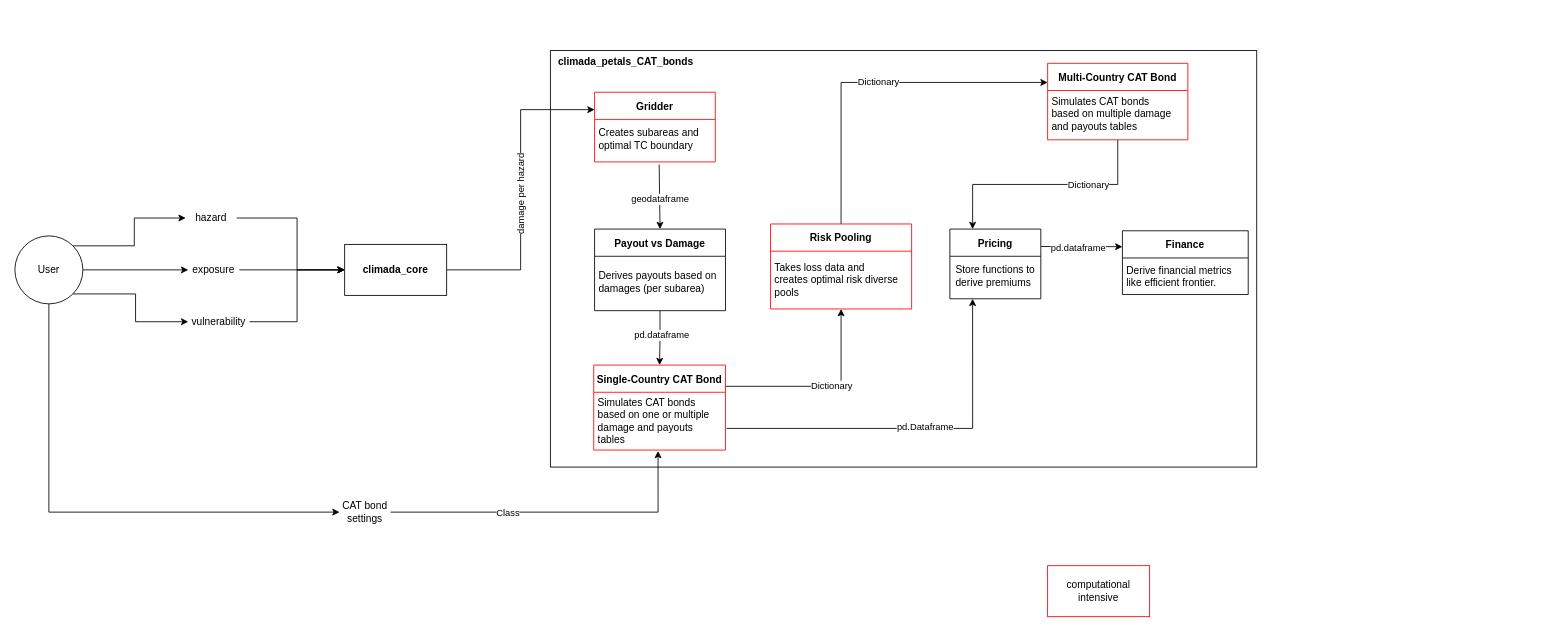
This is data_flow_climada_petals.drawio from KaiOBerg/master_thesis_cat_bonds, a draw.io file, before an edit. Source tidied: cells renumbered, new cells numbered last; positions are measured from the earlier drawing's top-left corner, leaving out a move shared by most shapes. Both pictures are drawn from the tidied source at 85%, with x=0, y=0 at pixel (14, 50).
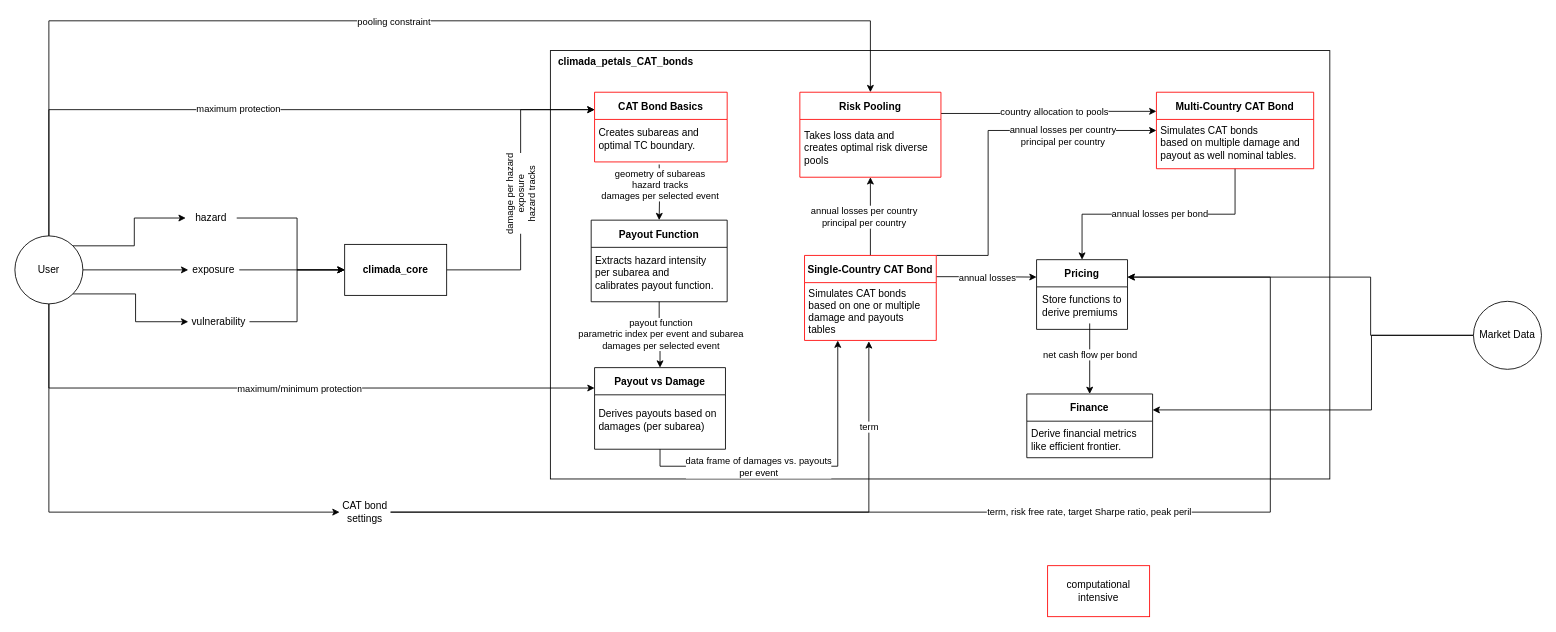
Above is the later version.

Unchanged cells that the change refers to:
```xml
<mxCell id="7" value="User" style="ellipse;whiteSpace=wrap;html=1;" parent="1" vertex="1">
  <mxGeometry y="218" width="80" height="80" as="geometry" />
</mxCell>
<mxCell id="20" value="Simulates CAT bonds&amp;nbsp;&lt;div&gt;based on one or multiple&amp;nbsp;&lt;/div&gt;&lt;div&gt;damage and payouts&amp;nbsp;&lt;/div&gt;&lt;div&gt;tables&lt;/div&gt;" style="text;html=1;align=left;verticalAlign=middle;points=[];strokeColor=none;fillColor=none;" parent="19" vertex="1">
  <mxGeometry x="3" y="32" width="153" height="68" as="geometry" />
</mxCell>
<mxCell id="21" style="edgeStyle=orthogonalEdgeStyle;rounded=0;jettySize=auto;html=1;entryX=0;entryY=0.25;entryDx=0;entryDy=0;" parent="1" edge="1" source="23" target="32">
  <mxGeometry relative="1" as="geometry" />
</mxCell>
<mxCell id="27" value="Store functions to&amp;nbsp;&lt;div&gt;derive premiums&lt;/div&gt;" style="text;html=1;align=left;verticalAlign=middle;points=[];strokeColor=none;fillColor=none;" parent="26" vertex="1">
  <mxGeometry x="5" y="35" width="115" height="40" as="geometry" />
</mxCell>
<mxCell id="40" value="CAT bond settings" style="text;html=1;align=center;verticalAlign=middle;whiteSpace=wrap;rounded=0;" parent="1" vertex="1">
  <mxGeometry x="382" y="528" width="60" height="30" as="geometry" />
</mxCell>
<mxCell id="41" style="edgeStyle=orthogonalEdgeStyle;rounded=0;jettySize=auto;html=1;exitX=1;exitY=0.5;exitDx=0;exitDy=0;entryX=0.475;entryY=1.015;entryDx=0;entryDy=0;entryPerimeter=0;" parent="1" edge="1" source="40" target="20">
  <mxGeometry relative="1" as="geometry" />
</mxCell>
```

The edit, as a diff of the source:
```diff
@@
     <mxCell id="2" style="rounded=0;whiteSpace=wrap;html=1;fillColor=none;align=center;labelPosition=center;verticalLabelPosition=top;verticalAlign=middle;" parent="1" vertex="1">
-      <mxGeometry x="630" width="831" height="490" as="geometry" />
+      <mxGeometry x="630" width="917" height="504" as="geometry" />
     </mxCell>
@@
+    <mxCell id="51" style="edgeStyle=orthogonalEdgeStyle;rounded=0;jettySize=auto;html=1;exitX=0.5;exitY=0;exitDx=0;exitDy=0;entryX=0;entryY=0.25;entryDx=0;entryDy=0;" parent="1" edge="1" source="7" target="32">
+      <mxGeometry relative="1" as="geometry" />
+    </mxCell>
+    <mxCell id="52" value="maximum protection" style="edgeLabel;html=1;align=center;verticalAlign=middle;" parent="51" vertex="1">
+      <mxGeometry x="-0.07" relative="1" as="geometry">
+        <mxPoint x="3" y="-1" as="offset" />
+      </mxGeometry>
+    </mxCell>
+    <mxCell id="53" style="edgeStyle=orthogonalEdgeStyle;rounded=0;jettySize=auto;html=1;exitX=0.5;exitY=1;exitDx=0;exitDy=0;entryX=0;entryY=0.25;entryDx=0;entryDy=0;" parent="1" edge="1" source="7" target="30">
+      <mxGeometry relative="1" as="geometry" />
+    </mxCell>
+    <mxCell id="54" value="maximum/minimum protection" style="edgeLabel;html=1;align=center;verticalAlign=middle;" parent="53" vertex="1">
+      <mxGeometry x="0.06" relative="1" as="geometry" />
+    </mxCell>
+    <mxCell id="55" style="edgeStyle=orthogonalEdgeStyle;rounded=0;jettySize=auto;html=1;exitX=0.5;exitY=0;exitDx=0;exitDy=0;entryX=0.5;entryY=0;entryDx=0;entryDy=0;" parent="1" edge="1" source="7" target="37">
+      <mxGeometry relative="1" as="geometry">
+        <Array as="points">
+          <mxPoint x="40" y="-35" />
+          <mxPoint x="1007" y="-35" />
+        </Array>
+      </mxGeometry>
+    </mxCell>
+    <mxCell id="56" value="pooling constraint" style="edgeLabel;html=1;align=center;verticalAlign=middle;" parent="55" vertex="1">
+      <mxGeometry x="0.01" y="1" relative="1" as="geometry">
+        <mxPoint y="1" as="offset" />
+      </mxGeometry>
+    </mxCell>
@@
-    <mxCell id="13" style="edgeStyle=orthogonalEdgeStyle;rounded=0;jettySize=auto;html=1;entryX=0.5;entryY=1;entryDx=0;entryDy=0;startArrow=none;startFill=0;exitX=1;exitY=0.25;exitDx=0;exitDy=0;" parent="1" edge="1" source="19" target="37">
+    <mxCell id="13" style="edgeStyle=orthogonalEdgeStyle;rounded=0;jettySize=auto;html=1;entryX=0.5;entryY=1;entryDx=0;entryDy=0;startArrow=none;startFill=0;exitX=0.5;exitY=0;exitDx=0;exitDy=0;" parent="1" edge="1" source="19" target="37">
       <mxGeometry relative="1" as="geometry" />
     </mxCell>
-    <mxCell id="14" value="Dictionary" style="edgeLabel;html=1;align=center;verticalAlign=middle;" parent="13" vertex="1">
-      <mxGeometry x="0.09" y="1" relative="1" as="geometry" />
+    <mxCell id="14" value="annual losses per country&lt;div&gt;principal per country&lt;/div&gt;" style="edgeLabel;html=1;align=center;verticalAlign=middle;" parent="13" vertex="1">
+      <mxGeometry x="0.09" y="1" relative="1" as="geometry">
+        <mxPoint x="-7" y="4" as="offset" />
+      </mxGeometry>
     </mxCell>
-    <mxCell id="15" style="edgeStyle=orthogonalEdgeStyle;rounded=0;jettySize=auto;html=1;exitX=1;exitY=0.25;exitDx=0;exitDy=0;entryX=0;entryY=0.25;entryDx=0;entryDy=0;" parent="1" edge="1" source="26" target="43">
-      <mxGeometry relative="1" as="geometry" />
-    </mxCell>
-    <mxCell id="16" value="pd.dataframe" style="edgeLabel;html=1;align=center;verticalAlign=middle;" parent="15" vertex="1">
-      <mxGeometry x="-0.18" y="1" relative="1" as="geometry">
-        <mxPoint x="4" y="2" as="offset" />
-      </mxGeometry>
-    </mxCell>
-    <mxCell id="17" style="edgeStyle=orthogonalEdgeStyle;rounded=0;jettySize=auto;html=1;entryX=0.25;entryY=1;entryDx=0;entryDy=0;exitX=1.002;exitY=0.625;exitDx=0;exitDy=0;exitPerimeter=0;" parent="1" edge="1" source="20" target="26">
+    <mxCell id="17" style="edgeStyle=orthogonalEdgeStyle;rounded=0;jettySize=auto;html=1;entryX=0;entryY=0.25;entryDx=0;entryDy=0;exitX=1;exitY=0.25;exitDx=0;exitDy=0;" parent="1" edge="1" source="19" target="26">
       <mxGeometry relative="1" as="geometry" />
     </mxCell>
-    <mxCell id="18" value="pd.Dataframe" style="edgeLabel;html=1;align=center;verticalAlign=middle;" parent="17" vertex="1">
+    <mxCell id="18" value="annual losses" style="edgeLabel;html=1;align=center;verticalAlign=middle;" parent="17" vertex="1">
       <mxGeometry x="0.35" y="1" relative="1" as="geometry">
-        <mxPoint x="-55" y="7" as="offset" />
+        <mxPoint x="-20" y="1" as="offset" />
       </mxGeometry>
     </mxCell>
+    <mxCell id="57" style="edgeStyle=orthogonalEdgeStyle;rounded=0;jettySize=auto;html=1;exitX=1;exitY=0;exitDx=0;exitDy=0;entryX=0;entryY=0.5;entryDx=0;entryDy=0;" parent="1" edge="1" source="19" target="48">
+      <mxGeometry relative="1" as="geometry">
+        <Array as="points">
+          <mxPoint x="1145" y="241" />
+          <mxPoint x="1145" y="94" />
+        </Array>
+      </mxGeometry>
+    </mxCell>
+    <mxCell id="58" value="annual losses per country&lt;div&gt;principal per country&lt;/div&gt;" style="edgeLabel;html=1;align=center;verticalAlign=middle;" parent="57" vertex="1">
+      <mxGeometry x="-0.22" y="-1" relative="1" as="geometry">
+        <mxPoint x="86" y="-45" as="offset" />
+      </mxGeometry>
+    </mxCell>
     <mxCell id="19" value="Single-Country CAT Bond" style="swimlane;startSize=32;align=center;strokeColor=#FF0000;" parent="1" vertex="1">
-      <mxGeometry x="681" y="370" width="155" height="100" as="geometry" />
+      <mxGeometry x="929" y="241" width="155" height="100" as="geometry" />
     </mxCell>
@@
-    <mxCell id="22" value="damage per hazard" style="edgeLabel;html=1;align=center;verticalAlign=middle;rotation=-90;" parent="21" vertex="1">
+    <mxCell id="22" value="damage per hazard&lt;div&gt;exposure&lt;/div&gt;&lt;div&gt;hazard tracks&lt;/div&gt;" style="edgeLabel;html=1;align=center;verticalAlign=middle;rotation=-90;" parent="21" vertex="1">
       <mxGeometry x="-0.04" y="-1" relative="1" as="geometry">
         <mxPoint x="-2" y="-1" as="offset" />
       </mxGeometry>
     </mxCell>
@@
-    <mxCell id="24" style="edgeStyle=orthogonalEdgeStyle;rounded=0;jettySize=auto;html=1;exitX=0.5;exitY=1;exitDx=0;exitDy=0;entryX=0.25;entryY=0;entryDx=0;entryDy=0;" parent="1" edge="1" source="48" target="26">
+    <mxCell id="24" style="edgeStyle=orthogonalEdgeStyle;rounded=0;jettySize=auto;html=1;exitX=0.5;exitY=1;exitDx=0;exitDy=0;entryX=0.5;entryY=0;entryDx=0;entryDy=0;" parent="1" edge="1" source="48" target="26">
       <mxGeometry relative="1" as="geometry" />
     </mxCell>
-    <mxCell id="25" value="Dictionary" style="edgeLabel;html=1;align=center;verticalAlign=middle;" parent="24" vertex="1">
-      <mxGeometry x="-0.36" relative="1" as="geometry" />
+    <mxCell id="25" value="annual losses per bond" style="edgeLabel;html=1;align=center;verticalAlign=middle;" parent="24" vertex="1">
+      <mxGeometry x="-0.36" relative="1" as="geometry">
+        <mxPoint x="-51" y="-1" as="offset" />
+      </mxGeometry>
     </mxCell>
     <mxCell id="26" value="Pricing" style="swimlane;startSize=32;align=center;" parent="1" vertex="1">
-      <mxGeometry x="1100" y="210" width="107" height="82" as="geometry" />
+      <mxGeometry x="1202" y="246" width="107" height="82" as="geometry" />
     </mxCell>
@@
-    <mxCell id="28" style="edgeStyle=orthogonalEdgeStyle;rounded=0;jettySize=auto;html=1;exitX=0.5;exitY=1;exitDx=0;exitDy=0;entryX=0.5;entryY=0;entryDx=0;entryDy=0;" parent="1" edge="1" source="30" target="19">
+    <mxCell id="28" style="edgeStyle=orthogonalEdgeStyle;rounded=0;jettySize=auto;html=1;exitX=0.5;exitY=1;exitDx=0;exitDy=0;entryX=0.236;entryY=1.002;entryDx=0;entryDy=0;entryPerimeter=0;" parent="1" edge="1" source="30" target="20">
       <mxGeometry relative="1" as="geometry" />
     </mxCell>
-    <mxCell id="29" value="pd.dataframe" style="edgeLabel;html=1;align=center;verticalAlign=middle;rotation=0;" parent="28" vertex="1">
+    <mxCell id="29" value="data frame of damages vs. payouts&lt;div&gt;per event&lt;/div&gt;" style="edgeLabel;html=1;align=center;verticalAlign=middle;rotation=0;" parent="28" vertex="1">
       <mxGeometry x="0.08" y="-1" relative="1" as="geometry">
-        <mxPoint x="3" y="-6" as="offset" />
+        <mxPoint x="-69" y="-1" as="offset" />
       </mxGeometry>
     </mxCell>
     <mxCell id="30" value="Payout vs Damage" style="swimlane;startSize=32;align=center;" parent="1" vertex="1">
-      <mxGeometry x="682" y="210" width="154" height="96" as="geometry" />
+      <mxGeometry x="682" y="373" width="154" height="96" as="geometry" />
     </mxCell>
@@
-    <mxCell id="32" value="Gridder" style="swimlane;startSize=32;align=center;strokeColor=#FF0000;" parent="1" vertex="1">
-      <mxGeometry x="682" y="49" width="142" height="82" as="geometry" />
+    <mxCell id="32" value="CAT Bond Basics" style="swimlane;startSize=32;align=center;strokeColor=#FF0000;" parent="1" vertex="1">
+      <mxGeometry x="682" y="49" width="156" height="82" as="geometry" />
     </mxCell>
-    <mxCell id="33" value="Creates subareas and&amp;nbsp;&lt;div&gt;optimal TC boundary&lt;/div&gt;" style="text;html=1;align=left;verticalAlign=middle;strokeColor=none;fillColor=none;" parent="32" vertex="1">
+    <mxCell id="33" value="Creates subareas and&amp;nbsp;&lt;div&gt;optimal TC boundary.&lt;br&gt;&lt;/div&gt;" style="text;html=1;align=left;verticalAlign=middle;strokeColor=none;fillColor=none;" parent="32" vertex="1">
       <mxGeometry x="3" y="35" width="139" height="40" as="geometry" />
     </mxCell>
@@
-    <mxCell id="35" style="edgeStyle=orthogonalEdgeStyle;rounded=0;jettySize=auto;html=1;exitX=0.5;exitY=0;exitDx=0;exitDy=0;entryX=0;entryY=0.25;entryDx=0;entryDy=0;" parent="1" edge="1" source="37" target="48">
+    <mxCell id="35" style="edgeStyle=orthogonalEdgeStyle;rounded=0;jettySize=auto;html=1;exitX=1;exitY=0.25;exitDx=0;exitDy=0;entryX=0;entryY=0.25;entryDx=0;entryDy=0;" parent="1" edge="1" source="37" target="48">
       <mxGeometry relative="1" as="geometry" />
     </mxCell>
-    <mxCell id="36" value="Dictionary" style="edgeLabel;html=1;align=center;verticalAlign=middle;" parent="35" vertex="1">
+    <mxCell id="36" value="country allocation to pools" style="edgeLabel;html=1;align=center;verticalAlign=middle;" parent="35" vertex="1">
       <mxGeometry x="0.27" y="-1" relative="1" as="geometry">
-        <mxPoint x="-50" y="-2" as="offset" />
+        <mxPoint x="-28" y="-1" as="offset" />
       </mxGeometry>
     </mxCell>
     <mxCell id="37" value="Risk Pooling" style="swimlane;startSize=32;align=center;strokeColor=#FF0000;" parent="1" vertex="1">
-      <mxGeometry x="889" y="204" width="166" height="100" as="geometry" />
+      <mxGeometry x="923.5" y="49" width="166" height="100" as="geometry" />
     </mxCell>
@@
+    <mxCell id="59" style="edgeStyle=orthogonalEdgeStyle;rounded=0;jettySize=auto;html=1;exitX=1;exitY=0.5;exitDx=0;exitDy=0;entryX=1;entryY=0.25;entryDx=0;entryDy=0;" parent="1" edge="1" source="40" target="26">
+      <mxGeometry relative="1" as="geometry">
+        <Array as="points">
+          <mxPoint x="1477" y="543" />
+          <mxPoint x="1477" y="267" />
+        </Array>
+      </mxGeometry>
+    </mxCell>
+    <mxCell id="60" value="term, risk free rate, target Sharpe ratio, peak peril" style="edgeLabel;html=1;align=center;verticalAlign=middle;" parent="59" vertex="1">
+      <mxGeometry x="0.11" y="1" relative="1" as="geometry" />
+    </mxCell>
@@
-    <mxCell id="42" value="Class" style="edgeLabel;html=1;align=center;verticalAlign=middle;" parent="41" vertex="1">
+    <mxCell id="42" value="term" style="edgeLabel;html=1;align=center;verticalAlign=middle;" parent="41" vertex="1">
       <mxGeometry x="-0.29" y="-1" relative="1" as="geometry">
-        <mxPoint y="-1" as="offset" />
+        <mxPoint x="291" y="-102" as="offset" />
       </mxGeometry>
     </mxCell>
     <mxCell id="43" value="Finance" style="swimlane;startSize=32;align=center;" parent="1" vertex="1">
-      <mxGeometry x="1303" y="212" width="148" height="75" as="geometry" />
+      <mxGeometry x="1190.5" y="404" width="148" height="75" as="geometry" />
     </mxCell>
@@
-    <mxCell id="45" style="edgeStyle=orthogonalEdgeStyle;rounded=0;jettySize=auto;html=1;entryX=0.5;entryY=0;entryDx=0;entryDy=0;" parent="1" edge="1" target="30">
+    <mxCell id="45" style="edgeStyle=orthogonalEdgeStyle;rounded=0;jettySize=auto;html=1;entryX=0.5;entryY=0;entryDx=0;entryDy=0;" parent="1" edge="1" target="63">
       <mxGeometry relative="1" as="geometry">
         <mxPoint x="758" y="134" as="sourcePoint" />
       </mxGeometry>
     </mxCell>
-    <mxCell id="46" value="geodataframe" style="edgeLabel;html=1;align=center;verticalAlign=middle;rotation=0;" parent="45" vertex="1">
-      <mxGeometry x="0.08" y="-1" relative="1" as="geometry" />
+    <mxCell id="46" value="geometry of subareas&lt;div&gt;hazard tracks&lt;br&gt;&lt;div&gt;damages per selected event&lt;/div&gt;&lt;/div&gt;" style="edgeLabel;html=1;align=center;verticalAlign=middle;rotation=0;" parent="45" vertex="1">
+      <mxGeometry x="0.08" y="-1" relative="1" as="geometry">
+        <mxPoint x="1" y="-12" as="offset" />
+      </mxGeometry>
     </mxCell>
@@
     <mxCell id="48" value="Multi-Country CAT Bond" style="swimlane;startSize=32;align=center;strokeColor=#FF0000;" parent="1" vertex="1">
-      <mxGeometry x="1215" y="15" width="165" height="90" as="geometry" />
+      <mxGeometry x="1343" y="49" width="185" height="90" as="geometry" />
     </mxCell>
-    <mxCell id="49" value="Simulates CAT bonds&amp;nbsp;&lt;div&gt;based on multiple damage&amp;nbsp;&lt;/div&gt;&lt;div&gt;and payouts tables&lt;/div&gt;" style="text;html=1;align=left;verticalAlign=middle;strokeColor=none;fillColor=none;" parent="48" vertex="1">
-      <mxGeometry x="3" y="33" width="162" height="54" as="geometry" />
+    <mxCell id="49" value="Simulates CAT bonds&amp;nbsp;&lt;div&gt;based on multiple damage and&lt;/div&gt;&lt;div&gt;payout as well nominal tables.&lt;/div&gt;" style="text;html=1;align=left;verticalAlign=middle;strokeColor=none;fillColor=none;" parent="48" vertex="1">
+      <mxGeometry x="3" y="33" width="182" height="54" as="geometry" />
     </mxCell>
@@
+    <mxCell id="61" style="edgeStyle=orthogonalEdgeStyle;rounded=0;jettySize=auto;html=1;exitX=0.5;exitY=1;exitDx=0;exitDy=0;entryX=0.5;entryY=0;entryDx=0;entryDy=0;" parent="1" edge="1" source="63" target="30">
+      <mxGeometry relative="1" as="geometry" />
+    </mxCell>
+    <mxCell id="62" value="payout function&lt;div&gt;parametric index per event and subarea&lt;br&gt;&lt;div&gt;&lt;div&gt;damages per selected event&lt;/div&gt;&lt;/div&gt;&lt;/div&gt;" style="edgeLabel;html=1;align=center;verticalAlign=middle;" parent="61" vertex="1">
+      <mxGeometry x="-0.02" y="1" relative="1" as="geometry" />
+    </mxCell>
+    <mxCell id="63" value="Payout Function" style="swimlane;startSize=32;align=center;" parent="1" vertex="1">
+      <mxGeometry x="678" y="199.5" width="160" height="96" as="geometry" />
+    </mxCell>
+    <mxCell id="64" value="Extracts hazard intensity&amp;nbsp;&lt;div&gt;per subarea and&amp;nbsp;&lt;/div&gt;&lt;div&gt;calibrates payout function.&lt;/div&gt;" style="text;html=1;align=left;verticalAlign=middle;strokeColor=none;fillColor=none;" parent="63" vertex="1">
+      <mxGeometry x="3" y="35" width="157" height="54" as="geometry" />
+    </mxCell>
+    <mxCell id="65" style="edgeStyle=orthogonalEdgeStyle;rounded=0;jettySize=auto;html=1;entryX=0.5;entryY=0;entryDx=0;entryDy=0;" parent="1" edge="1" source="27" target="43">
+      <mxGeometry relative="1" as="geometry" />
+    </mxCell>
+    <mxCell id="66" value="net cash flow per bond" style="edgeLabel;html=1;align=center;verticalAlign=middle;" parent="65" vertex="1">
+      <mxGeometry x="-0.13" relative="1" as="geometry" />
+    </mxCell>
+    <mxCell id="67" style="edgeStyle=orthogonalEdgeStyle;rounded=0;jettySize=auto;html=1;exitX=0;exitY=0.5;exitDx=0;exitDy=0;entryX=1;entryY=0.25;entryDx=0;entryDy=0;" parent="1" edge="1" source="69" target="26">
+      <mxGeometry relative="1" as="geometry">
+        <Array as="points">
+          <mxPoint x="1595" y="335" />
+          <mxPoint x="1595" y="267" />
+        </Array>
+      </mxGeometry>
+    </mxCell>
+    <mxCell id="68" style="edgeStyle=orthogonalEdgeStyle;rounded=0;jettySize=auto;html=1;exitX=0;exitY=0.5;exitDx=0;exitDy=0;entryX=1;entryY=0.25;entryDx=0;entryDy=0;" parent="1" edge="1" source="69" target="43">
+      <mxGeometry relative="1" as="geometry">
+        <Array as="points">
+          <mxPoint x="1596" y="335" />
+          <mxPoint x="1596" y="423" />
+        </Array>
+      </mxGeometry>
+    </mxCell>
+    <mxCell id="69" value="Market Data" style="ellipse;whiteSpace=wrap;html=1;" parent="1" vertex="1">
+      <mxGeometry x="1716" y="295" width="80" height="80" as="geometry" />
+    </mxCell>
```
